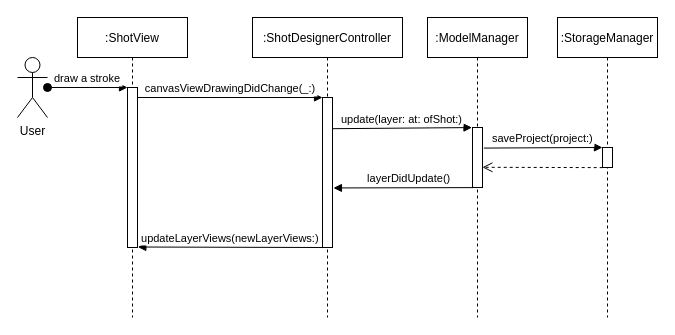
This is diagrams/DrawAStrokeSequenceDiagram.drawio from CS3217-Storyteller/storyteller-app, a draw.io file, before an edit. Source tidied: cells renumbered, new cells numbered last; positions are measured from the earlier drawing's top-left corner, leaving out a move shared by most shapes. Both pictures are drawn from the tidied source at 100%, with x=0, y=0 at pixel (17, 17).
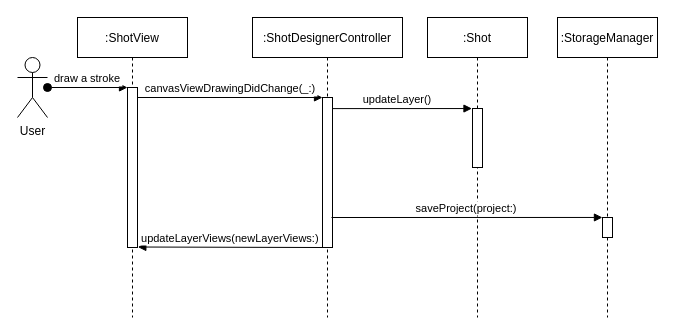
The same diagram, later.

What changed in the source:
```diff
@@
 <mxGraphModel>
   <root>
     <mxCell id="0" />
     <mxCell id="1" parent="0" />
     <mxCell id="2" value=":ShotView" style="shape=umlLifeline;perimeter=lifelinePerimeter;rounded=0;shadow=0;strokeWidth=1;" parent="1" vertex="1">
       <mxGeometry x="60" width="110" height="300" as="geometry" />
     </mxCell>
     <mxCell id="3" style="points=[];perimeter=orthogonalPerimeter;rounded=0;shadow=0;strokeWidth=1;" parent="2" vertex="1">
       <mxGeometry x="50" y="70" width="10" height="160" as="geometry" />
     </mxCell>
     <mxCell id="4" value=":ShotDesignerController" style="shape=umlLifeline;perimeter=lifelinePerimeter;rounded=0;shadow=0;strokeWidth=1;" parent="1" vertex="1">
       <mxGeometry x="235" width="150" height="300" as="geometry" />
     </mxCell>
     <mxCell id="5" value="canvasViewDrawingDidChange(_:)" style="verticalAlign=bottom;endArrow=block;entryX=0;entryY=0;shadow=0;strokeWidth=1;" parent="1" edge="1" source="3" target="8">
       <mxGeometry relative="1" as="geometry" />
     </mxCell>
     <mxCell id="6" value="User" style="shape=umlActor;verticalLabelPosition=bottom;verticalAlign=top;html=1;" parent="1" vertex="1">
       <mxGeometry y="40" width="30" height="60" as="geometry" />
     </mxCell>
     <mxCell id="7" value="draw a stroke" style="verticalAlign=bottom;startArrow=oval;endArrow=block;startSize=8;shadow=0;strokeWidth=1;" parent="1" edge="1" source="6" target="3">
       <mxGeometry relative="1" as="geometry" />
     </mxCell>
     <mxCell id="8" style="points=[];perimeter=orthogonalPerimeter;rounded=0;shadow=0;strokeWidth=1;" parent="1" vertex="1">
       <mxGeometry x="305" y="80" width="10" height="150" as="geometry" />
     </mxCell>
-    <mxCell id="9" value=":ModelManager" style="shape=umlLifeline;perimeter=lifelinePerimeter;rounded=0;shadow=0;strokeWidth=1;" parent="1" vertex="1">
+    <mxCell id="9" value=":Shot" style="shape=umlLifeline;perimeter=lifelinePerimeter;rounded=0;shadow=0;strokeWidth=1;" parent="1" vertex="1">
       <mxGeometry x="410" width="100" height="300" as="geometry" />
     </mxCell>
-    <mxCell id="10" value="update(layer: at: ofShot:)" style="verticalAlign=bottom;endArrow=block;shadow=0;strokeWidth=1;entryX=-0.053;entryY=0.001;entryDx=0;entryDy=0;entryPerimeter=0;exitX=0.95;exitY=0.208;exitDx=0;exitDy=0;exitPerimeter=0;" parent="1" edge="1" source="8" target="11">
-      <mxGeometry relative="1" as="geometry" />
+    <mxCell id="10" value="updateLayer()" style="verticalAlign=bottom;endArrow=block;shadow=0;strokeWidth=1;entryX=-0.053;entryY=0.001;entryDx=0;entryDy=0;entryPerimeter=0;exitX=1;exitY=0.074;exitDx=0;exitDy=0;exitPerimeter=0;" parent="1" edge="1" source="8" target="11">
+      <mxGeometry x="-0.07" relative="1" as="geometry" />
     </mxCell>
     <mxCell id="11" style="points=[];perimeter=orthogonalPerimeter;rounded=0;shadow=0;strokeWidth=1;" parent="1" vertex="1">
-      <mxGeometry x="455" y="110" width="10" height="60" as="geometry" />
+      <mxGeometry x="455" y="91" width="10" height="59" as="geometry" />
     </mxCell>
     <mxCell id="12" value=":StorageManager" style="shape=umlLifeline;perimeter=lifelinePerimeter;rounded=0;shadow=0;strokeWidth=1;" parent="1" vertex="1">
       <mxGeometry x="540" width="100" height="300" as="geometry" />
     </mxCell>
-    <mxCell id="13" value="saveProject(project:)" style="verticalAlign=bottom;endArrow=block;shadow=0;strokeWidth=1;entryX=-0.006;entryY=-0.002;entryDx=0;entryDy=0;entryPerimeter=0;exitX=1.133;exitY=0.343;exitDx=0;exitDy=0;exitPerimeter=0;" parent="1" edge="1" source="11" target="14">
-      <mxGeometry relative="1" as="geometry" />
+    <mxCell id="13" value="saveProject(project:)" style="verticalAlign=bottom;endArrow=block;shadow=0;strokeWidth=1;entryX=-0.006;entryY=-0.002;entryDx=0;entryDy=0;entryPerimeter=0;" parent="1" edge="1" target="14">
+      <mxGeometry relative="1" as="geometry">
+        <mxPoint x="314" y="200" as="sourcePoint" />
+      </mxGeometry>
     </mxCell>
     <mxCell id="14" style="points=[];perimeter=orthogonalPerimeter;rounded=0;shadow=0;strokeWidth=1;" parent="1" vertex="1">
-      <mxGeometry x="585" y="130" width="10" height="20" as="geometry" />
+      <mxGeometry x="585" y="200" width="10" height="20" as="geometry" />
     </mxCell>
-    <mxCell id="15" value="layerDidUpdate()" style="verticalAlign=bottom;endArrow=block;entryX=1.094;entryY=0.603;shadow=0;strokeWidth=1;exitX=0.067;exitY=1.002;exitDx=0;exitDy=0;exitPerimeter=0;entryDx=0;entryDy=0;entryPerimeter=0;" parent="1" edge="1" source="11" target="8">
-      <mxGeometry x="-0.09" relative="1" as="geometry" />
-    </mxCell>
     <mxCell id="16" value="updateLayerViews(newLayerViews:)" style="verticalAlign=bottom;endArrow=block;entryX=1.033;entryY=0.997;shadow=0;strokeWidth=1;exitX=-0.021;exitY=1;exitDx=0;exitDy=0;exitPerimeter=0;entryDx=0;entryDy=0;entryPerimeter=0;" parent="1" edge="1" source="8" target="3">
       <mxGeometry relative="1" as="geometry" />
     </mxCell>
-    <mxCell id="17" style="verticalAlign=bottom;endArrow=open;dashed=1;endSize=8;exitX=0.019;exitY=1.006;shadow=0;strokeWidth=1;exitDx=0;exitDy=0;exitPerimeter=0;entryX=0.993;entryY=0.663;entryDx=0;entryDy=0;entryPerimeter=0;" parent="1" edge="1" source="14" target="11">
-      <mxGeometry relative="1" as="geometry" />
-    </mxCell>
   </root>
 </mxGraphModel>
```
